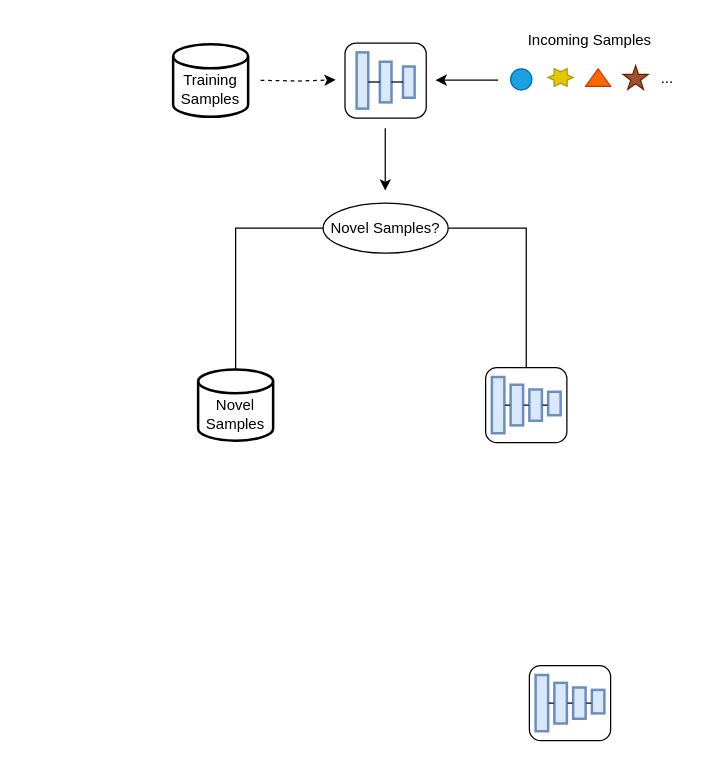
The draw.io diagram 未命名绘图.drawio in dxin66/draw-files, before the edit. Source tidied: cells renumbered, new cells numbered last; positions are measured from the earlier drawing's top-left corner, leaving out a move shared by most shapes. Both pictures are drawn from the tidied source at 125%, with x=0, y=0 at pixel (172, 21).
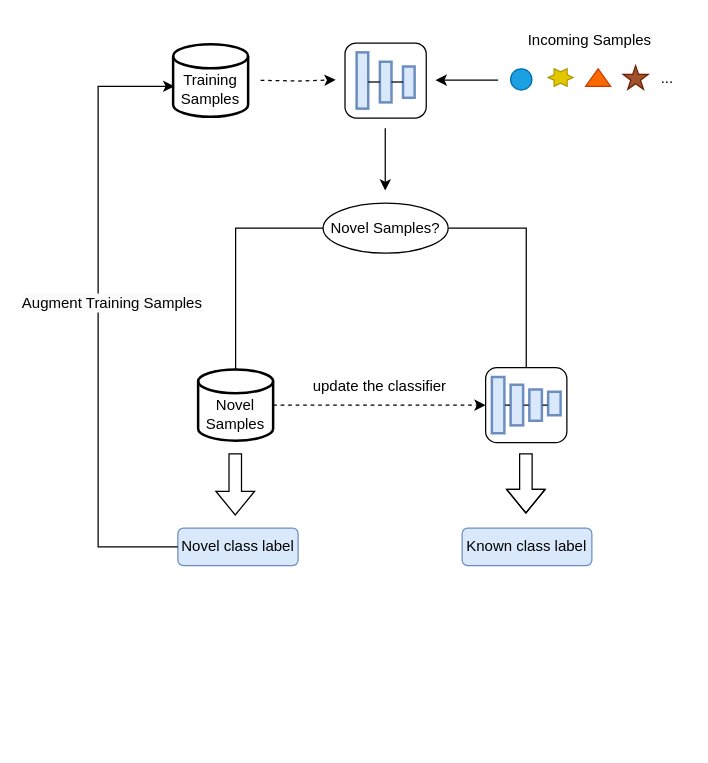
The same page after the edit.

Commit message (it also covers changes not shown here):
更新未命名绘图.drawio

Unchanged cells that the change refers to:
```xml
<mxCell id="9" value="&lt;div&gt;&lt;br&gt;&lt;/div&gt;Novel Samples" style="strokeWidth=2;html=1;shape=mxgraph.flowchart.database;whiteSpace=wrap;" parent="1" vertex="1">
  <mxGeometry x="20" y="278.1" width="60" height="56.9" as="geometry" />
</mxCell>
<mxCell id="11" value="&lt;div&gt;&lt;br&gt;&lt;/div&gt;Training Samples&lt;div&gt;&lt;/div&gt;&lt;div&gt;&lt;/div&gt;" style="strokeWidth=2;html=1;shape=mxgraph.flowchart.database;whiteSpace=wrap;" parent="1" vertex="1">
  <mxGeometry y="17.8" width="60" height="58.1" as="geometry" />
</mxCell>
<mxCell id="32" style="rounded=1;whiteSpace=wrap;html=1;" parent="1" vertex="1">
  <mxGeometry x="250" y="276.6" width="65" height="60" as="geometry" />
</mxCell>
```

The edit, as a diff of the source:
```diff
@@
+    <mxCell id="40" style="edgeStyle=orthogonalEdgeStyle;rounded=0;orthogonalLoop=1;jettySize=auto;html=1;shape=flexArrow;" parent="1" edge="1">
+      <mxGeometry relative="1" as="geometry">
+        <mxPoint x="49.7" y="345" as="sourcePoint" />
+        <mxPoint x="49.7" y="395" as="targetPoint" />
+      </mxGeometry>
+    </mxCell>
+    <mxCell id="41" style="edgeStyle=orthogonalEdgeStyle;rounded=0;jettySize=auto;html=1;entryX=0;entryY=0.5;entryDx=0;entryDy=0;dashed=1;" parent="1" edge="1" source="9" target="32">
+      <mxGeometry relative="1" as="geometry" />
+    </mxCell>
@@
-    <mxCell id="24" style="rounded=1;whiteSpace=wrap;html=1;" parent="1" vertex="1">
-      <mxGeometry x="285" y="515" width="65" height="60" as="geometry" />
-    </mxCell>
-    <mxCell id="25" style="html=1;perimeter=orthogonalPerimeter;targetShapes=umlLifeline;newEdgeStyle={&quot;curved&quot;:0,&quot;rounded&quot;:0};fillColor=#dae8fc;strokeColor=#6c8ebf;strokeWidth=2;" parent="1" vertex="1">
-      <mxGeometry x="290" y="522.5" width="10" height="45" as="geometry" />
-    </mxCell>
-    <mxCell id="26" style="html=1;perimeter=orthogonalPerimeter;targetShapes=umlLifeline;newEdgeStyle={&quot;curved&quot;:0,&quot;rounded&quot;:0};fillColor=#dae8fc;strokeColor=#6c8ebf;strokeWidth=2;" parent="1" vertex="1">
-      <mxGeometry x="305" y="528.8" width="10" height="32.5" as="geometry" />
-    </mxCell>
-    <mxCell id="27" style="html=1;perimeter=orthogonalPerimeter;targetShapes=umlLifeline;newEdgeStyle={&quot;curved&quot;:0,&quot;rounded&quot;:0};fillColor=#dae8fc;strokeColor=#6c8ebf;strokeWidth=2;" parent="1" vertex="1">
-      <mxGeometry x="320" y="532.5" width="10" height="25" as="geometry" />
-    </mxCell>
-    <mxCell id="28" style="html=1;perimeter=orthogonalPerimeter;targetShapes=umlLifeline;newEdgeStyle={&quot;curved&quot;:0,&quot;rounded&quot;:0};fillColor=#dae8fc;strokeColor=#6c8ebf;strokeWidth=2;" parent="1" vertex="1">
-      <mxGeometry x="335" y="534.4" width="10" height="18.8" as="geometry" />
-    </mxCell>
-    <mxCell id="29" style="line;strokeWidth=1;fillColor=none;align=left;verticalAlign=middle;spacingTop=-1;spacingLeft=3;spacingRight=3;labelPosition=right;strokeColor=inherit;" parent="1" vertex="1">
-      <mxGeometry x="300.5" y="541" width="4" height="8" as="geometry" />
-    </mxCell>
-    <mxCell id="30" style="line;strokeWidth=1;fillColor=none;align=left;verticalAlign=middle;spacingTop=-1;spacingLeft=3;spacingRight=3;labelPosition=right;strokeColor=inherit;" parent="1" vertex="1">
-      <mxGeometry x="315.5" y="541" width="4" height="8" as="geometry" />
-    </mxCell>
-    <mxCell id="31" style="line;strokeWidth=1;fillColor=none;align=left;verticalAlign=middle;spacingTop=-1;spacingLeft=3;spacingRight=3;labelPosition=right;strokeColor=inherit;" parent="1" vertex="1">
-      <mxGeometry x="330.5" y="541" width="4" height="8" as="geometry" />
-    </mxCell>
+    <mxCell id="42" style="edgeStyle=orthogonalEdgeStyle;rounded=0;orthogonalLoop=1;jettySize=auto;html=1;shape=flexArrow;" parent="1" edge="1">
+      <mxGeometry relative="1" as="geometry">
+        <mxPoint x="282.2" y="345" as="sourcePoint" />
+        <mxPoint x="282.2" y="393.4" as="targetPoint" />
+        <Array as="points">
+          <mxPoint x="282.7" y="369.4" />
+          <mxPoint x="282.7" y="369.4" />
+        </Array>
+      </mxGeometry>
+    </mxCell>
@@
+    <mxCell id="43" value="Novel class label" style="rounded=1;whiteSpace=wrap;html=1;fillColor=#dae8fc;strokeColor=#6c8ebf;" parent="1" vertex="1">
+      <mxGeometry x="3.8" y="405" width="96.2" height="30" as="geometry" />
+    </mxCell>
+    <mxCell id="44" value="Known class label" style="rounded=1;whiteSpace=wrap;html=1;fillColor=#dae8fc;strokeColor=#6c8ebf;" parent="1" vertex="1">
+      <mxGeometry x="231.2" y="405" width="103.8" height="30" as="geometry" />
+    </mxCell>
+    <mxCell id="45" style="edgeStyle=orthogonalEdgeStyle;rounded=0;jettySize=auto;html=1;entryX=0.016;entryY=0.581;entryDx=0;entryDy=0;entryPerimeter=0;" parent="1" edge="1" source="43" target="11">
+      <mxGeometry relative="1" as="geometry">
+        <Array as="points">
+          <mxPoint x="-60" y="420" />
+          <mxPoint x="-60" y="52" />
+        </Array>
+      </mxGeometry>
+    </mxCell>
+    <mxCell id="46" value="&lt;span style=&quot;font-size: 12px; background-color: rgb(251, 251, 251);&quot;&gt;Augment Training Samples&lt;/span&gt;" style="edgeLabel;html=1;align=center;verticalAlign=middle;" parent="45" vertex="1">
+      <mxGeometry x="0.05" relative="1" as="geometry">
+        <mxPoint x="10" as="offset" />
+      </mxGeometry>
+    </mxCell>
+    <mxCell id="47" value="update the classifier" style="text;html=1;align=center;verticalAlign=middle;strokeColor=none;fillColor=none;" parent="1" vertex="1">
+      <mxGeometry x="100" y="276.6" width="130" height="30" as="geometry" />
+    </mxCell>
```
